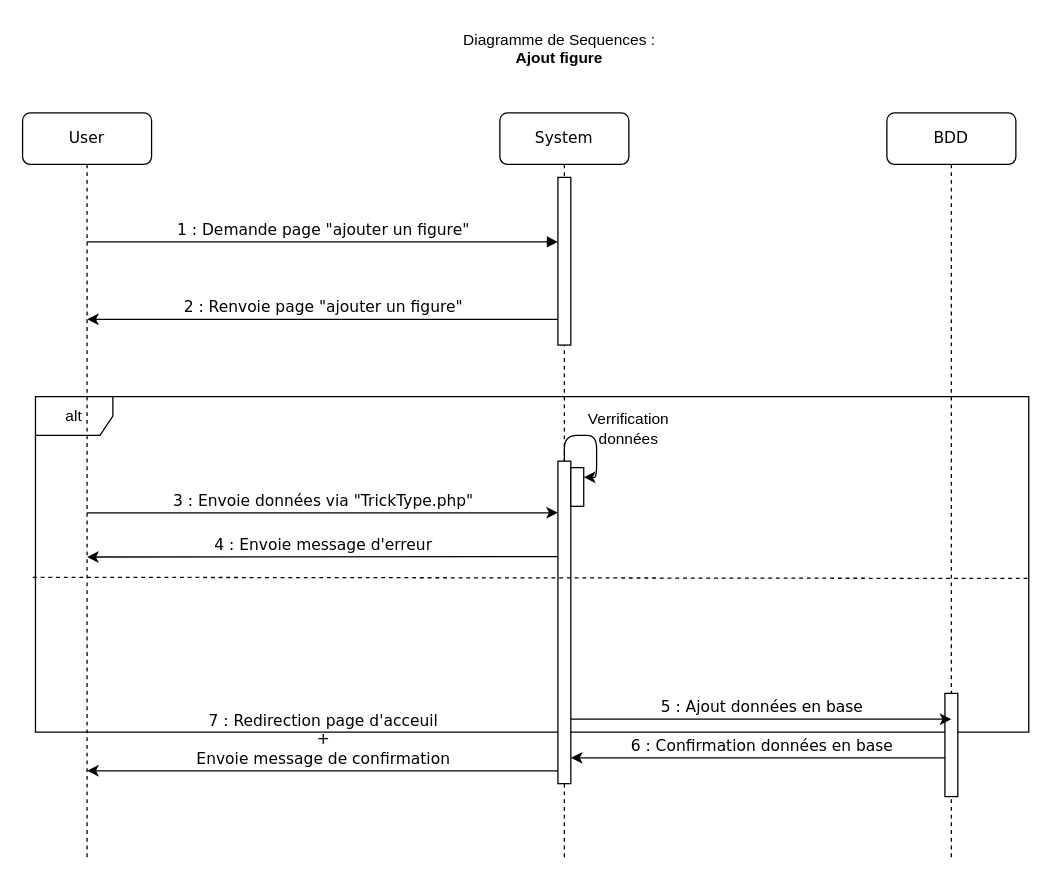
The draw.io diagram UMLs/Sequence/DiagrammeSequenceAddTricks.drawio in erreur4045/symfony, before the edit. Source tidied: cells renumbered, new cells numbered last; positions are measured from the earlier drawing's top-left corner, leaving out a move shared by most shapes. Both pictures are drawn from the tidied source at 129%, with x=0, y=0 at pixel (22, 22).
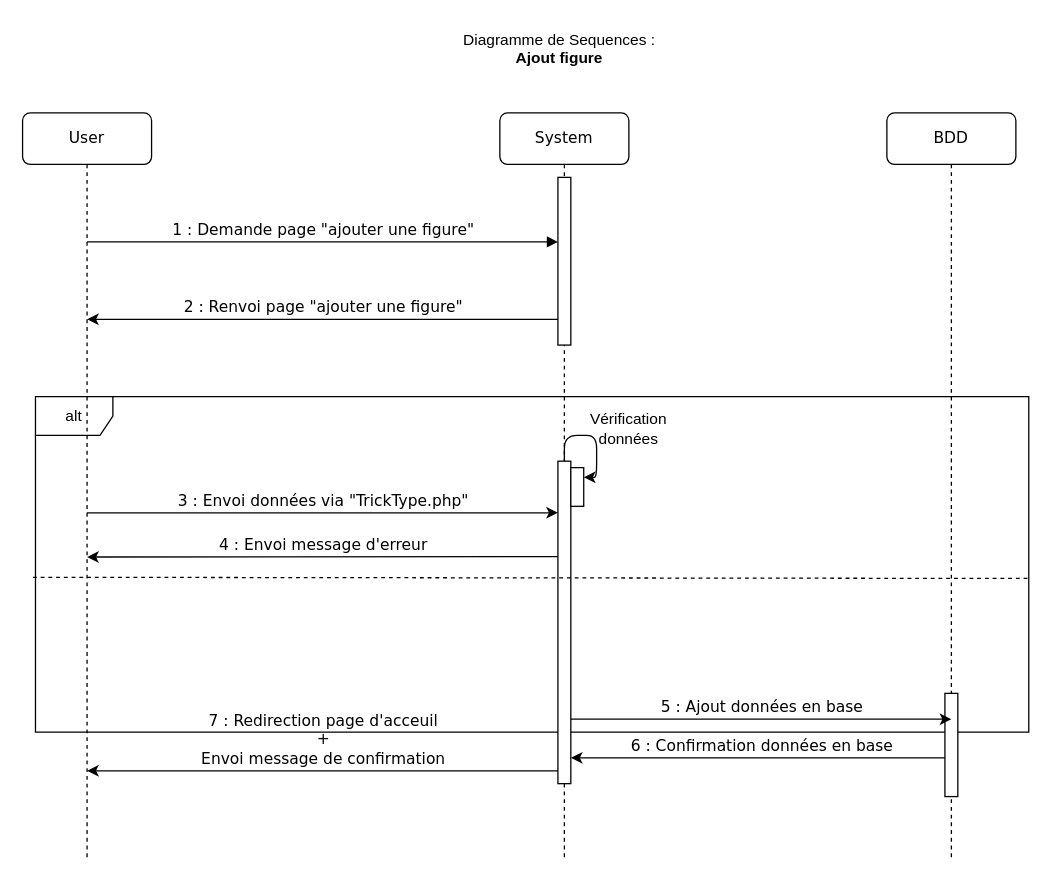
The same page after the edit.

The change refers to these unchanged cells:
```xml
<mxCell id="5" style="html=1;points=[];perimeter=orthogonalPerimeter;rounded=0;shadow=0;comic=0;labelBackgroundColor=none;strokeWidth=1;fontFamily=Verdana;fontSize=12;align=center;" parent="4" vertex="1">
  <mxGeometry x="45" y="50" width="10" height="130" as="geometry" />
</mxCell>
```

The edit, as a diff of the source:
```diff
@@
-    <mxCell id="10" value="1 : Demande page &quot;ajouter un figure&quot;" style="html=1;verticalAlign=bottom;endArrow=block;labelBackgroundColor=none;fontFamily=Verdana;fontSize=12;edgeStyle=elbowEdgeStyle;elbow=vertical;" parent="1" edge="1" target="5">
+    <mxCell id="10" value="1 : Demande page &quot;ajouter une figure&quot;" style="html=1;verticalAlign=bottom;endArrow=block;labelBackgroundColor=none;fontFamily=Verdana;fontSize=12;edgeStyle=elbowEdgeStyle;elbow=vertical;" parent="1" edge="1" target="5">
       <mxGeometry relative="1" as="geometry">
         <mxPoint x="50" y="170" as="sourcePoint" />
       </mxGeometry>
     </mxCell>
-    <mxCell id="11" value="2 : Renvoie page &quot;ajouter un figure&quot;" style="html=1;verticalAlign=bottom;endArrow=none;labelBackgroundColor=none;fontFamily=Verdana;fontSize=12;edgeStyle=elbowEdgeStyle;elbow=vertical;startArrow=classic;startFill=1;endFill=0;" parent="1" edge="1">
+    <mxCell id="11" value="2 : Renvoi page &quot;ajouter une figure&quot;" style="html=1;verticalAlign=bottom;endArrow=none;labelBackgroundColor=none;fontFamily=Verdana;fontSize=12;edgeStyle=elbowEdgeStyle;elbow=vertical;startArrow=classic;startFill=1;endFill=0;" parent="1" edge="1">
       <mxGeometry relative="1" as="geometry">
         <mxPoint x="50" y="230" as="sourcePoint" />
         <mxPoint x="415" y="230" as="targetPoint" />
       </mxGeometry>
     </mxCell>
-    <mxCell id="12" value="3 : Envoie données via &quot;TrickType.php&quot;" style="html=1;verticalAlign=bottom;endArrow=classic;labelBackgroundColor=none;fontFamily=Verdana;fontSize=12;edgeStyle=elbowEdgeStyle;elbow=vertical;startArrow=none;startFill=0;endFill=1;" parent="1" edge="1">
+    <mxCell id="12" value="3 : Envoi données via &quot;TrickType.php&quot;" style="html=1;verticalAlign=bottom;endArrow=classic;labelBackgroundColor=none;fontFamily=Verdana;fontSize=12;edgeStyle=elbowEdgeStyle;elbow=vertical;startArrow=none;startFill=0;endFill=1;" parent="1" edge="1">
       <mxGeometry relative="1" as="geometry">
         <mxPoint x="50" y="380" as="sourcePoint" />
         <mxPoint x="415" y="380" as="targetPoint" />
       </mxGeometry>
     </mxCell>
@@
-    <mxCell id="15" value="Verrification données" style="text;html=1;strokeColor=none;fillColor=none;align=center;verticalAlign=middle;whiteSpace=wrap;rounded=0;" parent="1" vertex="1">
+    <mxCell id="15" value="Vérification données" style="text;html=1;strokeColor=none;fillColor=none;align=center;verticalAlign=middle;whiteSpace=wrap;rounded=0;" parent="1" vertex="1">
       <mxGeometry x="460" y="310" width="20" height="10" as="geometry" />
     </mxCell>
-    <mxCell id="16" value="4 : Envoie message d'erreur" style="html=1;verticalAlign=bottom;endArrow=none;labelBackgroundColor=none;fontFamily=Verdana;fontSize=12;edgeStyle=elbowEdgeStyle;elbow=vertical;startArrow=classic;startFill=1;endFill=0;" parent="1" edge="1">
+    <mxCell id="16" value="4 : Envoi message d'erreur" style="html=1;verticalAlign=bottom;endArrow=none;labelBackgroundColor=none;fontFamily=Verdana;fontSize=12;edgeStyle=elbowEdgeStyle;elbow=vertical;startArrow=classic;startFill=1;endFill=0;" parent="1" edge="1">
       <mxGeometry relative="1" as="geometry">
         <mxPoint x="50" y="414.3" as="sourcePoint" />
         <mxPoint x="415" y="414.3" as="targetPoint" />
       </mxGeometry>
     </mxCell>
@@
-    <mxCell id="18" value="7 : Redirection page d'acceuil &lt;br&gt;+&lt;br&gt;Envoie message de confirmation" style="html=1;verticalAlign=bottom;endArrow=none;labelBackgroundColor=none;fontFamily=Verdana;fontSize=12;edgeStyle=elbowEdgeStyle;elbow=vertical;startArrow=classic;startFill=1;endFill=0;" parent="1" edge="1">
+    <mxCell id="18" value="7 : Redirection page d'acceuil &lt;br&gt;+&lt;br&gt;Envoi message de confirmation" style="html=1;verticalAlign=bottom;endArrow=none;labelBackgroundColor=none;fontFamily=Verdana;fontSize=12;edgeStyle=elbowEdgeStyle;elbow=vertical;startArrow=classic;startFill=1;endFill=0;" parent="1" edge="1">
       <mxGeometry relative="1" as="geometry">
         <mxPoint x="50" y="580" as="sourcePoint" />
         <mxPoint x="415" y="580" as="targetPoint" />
       </mxGeometry>
     </mxCell>
```
